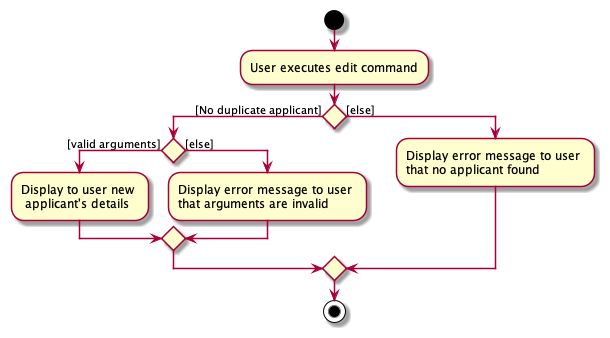
zzhikai/tp keeps this PlantUML diagram as docs/images/EditActivityDiagram.png. Above is the earlier version.
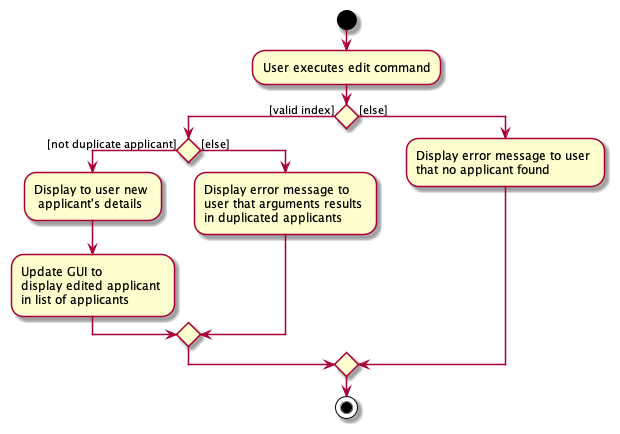
After the commit.

Commit message:
update edit activity diagram

What changed in the source:
```diff
@@ -2,11 +2,12 @@
 
 start
 :User executes edit command;
-if () then ([No duplicate applicant])
-    if () then ([valid arguments])
+if () then ([valid index])
+    if () then ([not duplicate applicant])
     :Display to user new \n applicant's details;
+    :Update GUI to \ndisplay edited applicant \nin list of applicants ;
     else ([else])
-    :Display error message to user \nthat arguments are invalid;
+    :Display error message to \nuser that arguments results \nin duplicated applicants;
     endif
 else ([else])
 :Display error message to user \nthat no applicant found;
```
